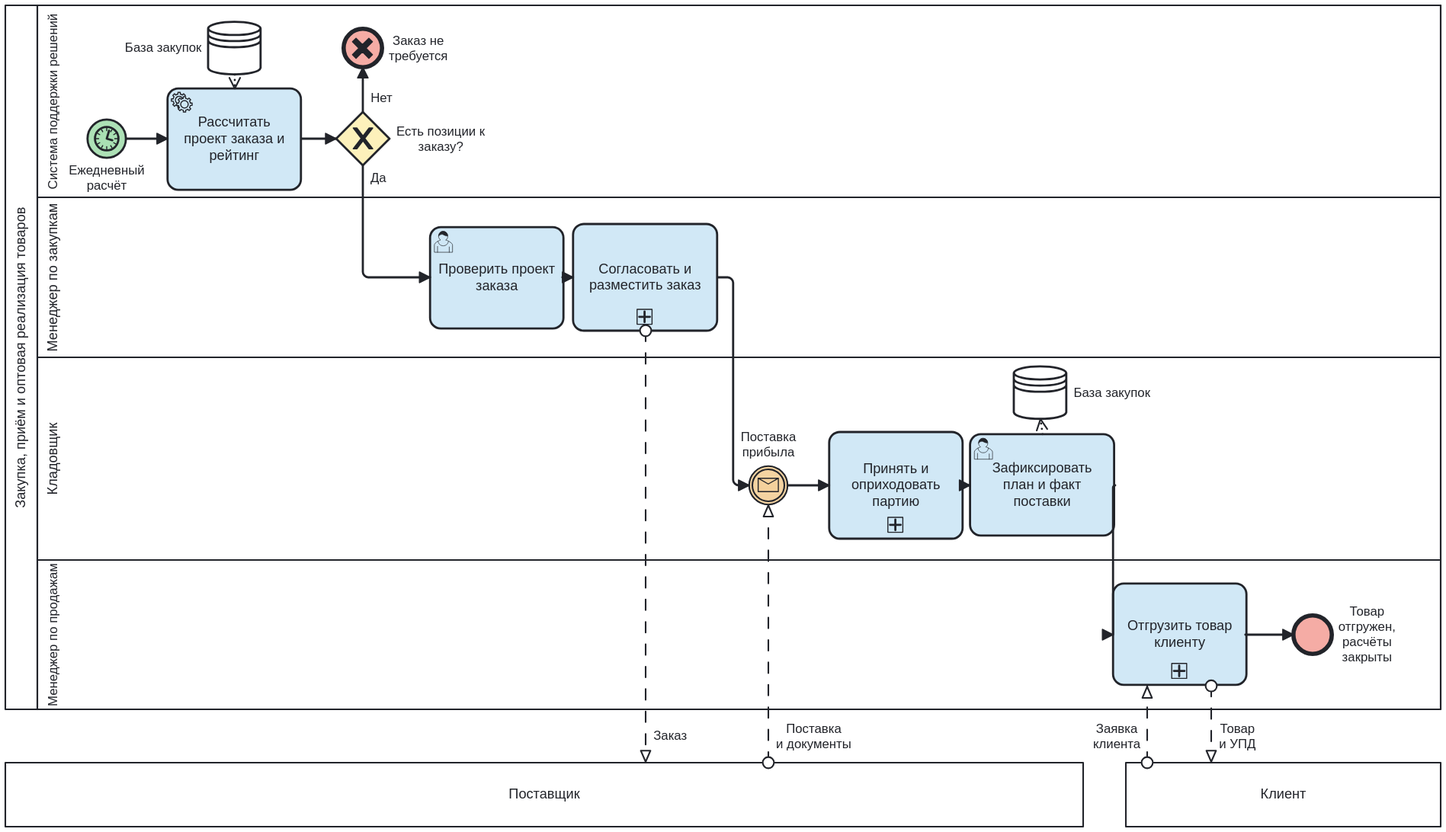
The BPMN diagram img/to_be.svg in VadFaipin1/sppr-vybor-postavshchika, before a commit. Its source is kept beside it as bpmn/to_be.bpmn. Ids are renumbered.
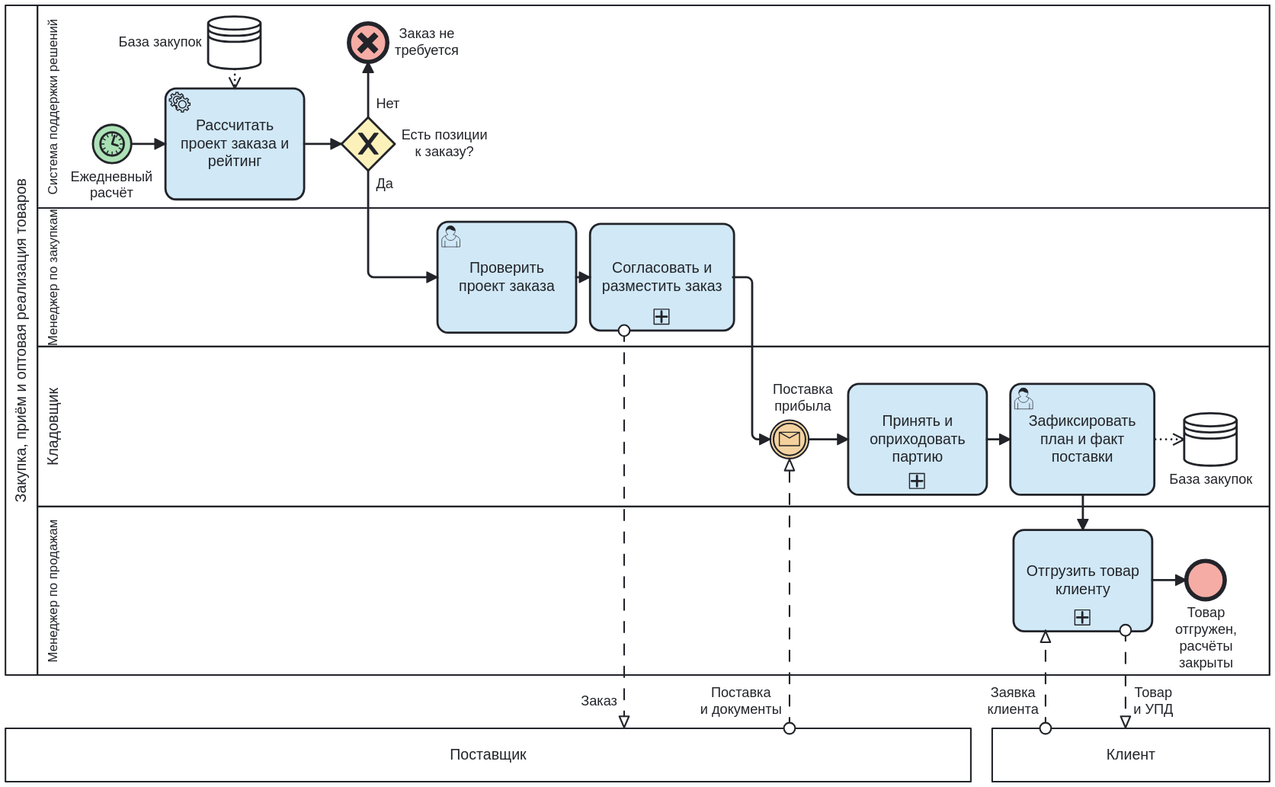
After the commit.

Diff of the diagram source:
```diff
@@ -18,7 +18,7 @@
 <bpmn:startEvent id="Event_09" name="Ежедневный&#10;расчёт"><bpmn:outgoing>Flow_25</bpmn:outgoing><bpmn:timerEventDefinition id="EventDefinition_10" /></bpmn:startEvent>
 <bpmn:dataStoreReference id="DataStoreReference_11" name="База закупок"></bpmn:dataStoreReference>
 <bpmn:serviceTask id="Activity_12" name="Рассчитать проект заказа и рейтинг"><bpmn:incoming>Flow_25</bpmn:incoming><bpmn:outgoing>Flow_26</bpmn:outgoing><bpmn:property id="Property_36" name="__targetRef_placeholder" /><bpmn:dataInputAssociation id="DataInputAssociation_35"><bpmn:sourceRef>DataStoreReference_11</bpmn:sourceRef><bpmn:targetRef>Property_36</bpmn:targetRef></bpmn:dataInputAssociation></bpmn:serviceTask>
-<bpmn:exclusiveGateway id="Gateway_13" name="Есть позиции к&#10;заказу?"><bpmn:incoming>Flow_26</bpmn:incoming><bpmn:outgoing>Flow_27</bpmn:outgoing><bpmn:outgoing>Flow_28</bpmn:outgoing></bpmn:exclusiveGateway>
+<bpmn:exclusiveGateway id="Gateway_13" name="Есть позиции&#10;к заказу?"><bpmn:incoming>Flow_26</bpmn:incoming><bpmn:outgoing>Flow_27</bpmn:outgoing><bpmn:outgoing>Flow_28</bpmn:outgoing></bpmn:exclusiveGateway>
 <bpmn:endEvent id="Event_14" name="Заказ не&#10;требуется"><bpmn:incoming>Flow_27</bpmn:incoming><bpmn:cancelEventDefinition id="EventDefinition_15" /></bpmn:endEvent>
 <bpmn:userTask id="Activity_16" name="Проверить проект заказа"><bpmn:incoming>Flow_28</bpmn:incoming><bpmn:outgoing>Flow_29</bpmn:outgoing></bpmn:userTask>
 <bpmn:subProcess id="Activity_17" name="Согласовать и разместить заказ"><bpmn:incoming>Flow_29</bpmn:incoming><bpmn:outgoing>Flow_30</bpmn:outgoing></bpmn:subProcess>
@@ -41,42 +41,42 @@
 </bpmn:process>
 <bpmndi:BPMNDiagram id="BPMNDiagram_to_be">
 <bpmndi:BPMNPlane id="BPMNPlane_to_be" bpmnElement="Collaboration_to_be">
-<bpmndi:BPMNShape id="Participant_01_di" bpmnElement="Participant_01" isHorizontal="true"><dc:Bounds x="0" y="0" width="1345" height="660" /></bpmndi:BPMNShape>
-<bpmndi:BPMNShape id="Lane_03_di" bpmnElement="Lane_03" isHorizontal="true"><dc:Bounds x="30" y="0" width="1315" height="180" /></bpmndi:BPMNShape>
-<bpmndi:BPMNShape id="Lane_04_di" bpmnElement="Lane_04" isHorizontal="true"><dc:Bounds x="30" y="180" width="1315" height="150" /></bpmndi:BPMNShape>
-<bpmndi:BPMNShape id="Lane_05_di" bpmnElement="Lane_05" isHorizontal="true"><dc:Bounds x="30" y="330" width="1315" height="190" /></bpmndi:BPMNShape>
-<bpmndi:BPMNShape id="Lane_06_di" bpmnElement="Lane_06" isHorizontal="true"><dc:Bounds x="30" y="520" width="1315" height="140" /></bpmndi:BPMNShape>
-<bpmndi:BPMNShape id="Participant_07_di" bpmnElement="Participant_07" isHorizontal="true"><dc:Bounds x="0" y="710" width="1010" height="60" /></bpmndi:BPMNShape>
-<bpmndi:BPMNShape id="Participant_08_di" bpmnElement="Participant_08" isHorizontal="true"><dc:Bounds x="1050" y="710" width="295" height="60" /></bpmndi:BPMNShape>
-<bpmndi:BPMNShape bioc:fill="#a9e0b3" color:background-color="#a9e0b3" id="Event_09_di" bpmnElement="Event_09"><dc:Bounds x="77" y="107" width="36" height="36" /><bpmndi:BPMNLabel><dc:Bounds x="59" y="148" width="71" height="29" /></bpmndi:BPMNLabel></bpmndi:BPMNShape>
-<bpmndi:BPMNShape id="DataStoreReference_11_di" bpmnElement="DataStoreReference_11"><dc:Bounds x="190" y="15" width="50" height="50" /><bpmndi:BPMNLabel><dc:Bounds x="112" y="33" width="72" height="14" /></bpmndi:BPMNLabel></bpmndi:BPMNShape>
-<bpmndi:BPMNShape bioc:fill="#cfe7f6" color:background-color="#cfe7f6" id="Activity_12_di" bpmnElement="Activity_12"><dc:Bounds x="152" y="78" width="125" height="95" /></bpmndi:BPMNShape>
-<bpmndi:BPMNShape bioc:fill="#fdf1b8" color:background-color="#fdf1b8" id="Gateway_13_di" bpmnElement="Gateway_13" isMarkerVisible="true"><dc:Bounds x="310" y="100" width="50" height="50" /><bpmndi:BPMNLabel><dc:Bounds x="366" y="111" width="83" height="29" /></bpmndi:BPMNLabel></bpmndi:BPMNShape>
-<bpmndi:BPMNShape bioc:fill="#f5a8a1" color:background-color="#f5a8a1" id="Event_14_di" bpmnElement="Event_14"><dc:Bounds x="317" y="22" width="36" height="36" /><bpmndi:BPMNLabel><dc:Bounds x="359" y="26" width="56" height="29" /></bpmndi:BPMNLabel></bpmndi:BPMNShape>
-<bpmndi:BPMNShape bioc:fill="#cfe7f6" color:background-color="#cfe7f6" id="Activity_16_di" bpmnElement="Activity_16"><dc:Bounds x="398" y="208" width="125" height="95" /></bpmndi:BPMNShape>
-<bpmndi:BPMNShape bioc:fill="#cfe7f6" color:background-color="#cfe7f6" id="Activity_17_di" bpmnElement="Activity_17" isExpanded="false"><dc:Bounds x="532" y="205" width="135" height="100" /></bpmndi:BPMNShape>
-<bpmndi:BPMNShape bioc:fill="#f4d19c" color:background-color="#f4d19c" id="Event_18_di" bpmnElement="Event_18"><dc:Bounds x="697" y="432" width="36" height="36" /><bpmndi:BPMNLabel><dc:Bounds x="689" y="398" width="52" height="29" /></bpmndi:BPMNLabel></bpmndi:BPMNShape>
-<bpmndi:BPMNShape bioc:fill="#cfe7f6" color:background-color="#cfe7f6" id="Activity_20_di" bpmnElement="Activity_20" isExpanded="false"><dc:Bounds x="772" y="400" width="125" height="100" /></bpmndi:BPMNShape>
-<bpmndi:BPMNShape bioc:fill="#cfe7f6" color:background-color="#cfe7f6" id="Activity_21_di" bpmnElement="Activity_21"><dc:Bounds x="904" y="402" width="135" height="95" /></bpmndi:BPMNShape>
-<bpmndi:BPMNShape id="DataStoreReference_22_di" bpmnElement="DataStoreReference_22"><dc:Bounds x="945" y="338" width="50" height="50" /><bpmndi:BPMNLabel><dc:Bounds x="1001" y="356" width="72" height="14" /></bpmndi:BPMNLabel></bpmndi:BPMNShape>
-<bpmndi:BPMNShape bioc:fill="#cfe7f6" color:background-color="#cfe7f6" id="Activity_23_di" bpmnElement="Activity_23" isExpanded="false"><dc:Bounds x="1038" y="542" width="125" height="95" /></bpmndi:BPMNShape>
-<bpmndi:BPMNShape bioc:fill="#f5a8a1" color:background-color="#f5a8a1" id="Event_24_di" bpmnElement="Event_24"><dc:Bounds x="1207" y="572" width="36" height="36" /><bpmndi:BPMNLabel><dc:Bounds x="1249" y="561" width="54" height="58" /></bpmndi:BPMNLabel></bpmndi:BPMNShape>
-<bpmndi:BPMNEdge id="Flow_25_di" bpmnElement="Flow_25"><di:waypoint x="113" y="125" /><di:waypoint x="152" y="125" /></bpmndi:BPMNEdge>
-<bpmndi:BPMNEdge id="Flow_26_di" bpmnElement="Flow_26"><di:waypoint x="278" y="125" /><di:waypoint x="310" y="125" /></bpmndi:BPMNEdge>
-<bpmndi:BPMNEdge id="Flow_27_di" bpmnElement="Flow_27"><di:waypoint x="335" y="100" /><di:waypoint x="335" y="58" /><bpmndi:BPMNLabel><dc:Bounds x="341" y="80" width="23" height="14" /></bpmndi:BPMNLabel></bpmndi:BPMNEdge>
-<bpmndi:BPMNEdge id="Flow_28_di" bpmnElement="Flow_28"><di:waypoint x="335" y="150" /><di:waypoint x="335" y="255" /><di:waypoint x="398" y="255" /><bpmndi:BPMNLabel><dc:Bounds x="341" y="155" width="17" height="14" /></bpmndi:BPMNLabel></bpmndi:BPMNEdge>
-<bpmndi:BPMNEdge id="Flow_29_di" bpmnElement="Flow_29"><di:waypoint x="522" y="255" /><di:waypoint x="532" y="255" /></bpmndi:BPMNEdge>
-<bpmndi:BPMNEdge id="Flow_30_di" bpmnElement="Flow_30"><di:waypoint x="668" y="255" /><di:waypoint x="682" y="255" /><di:waypoint x="682" y="450" /><di:waypoint x="697" y="450" /></bpmndi:BPMNEdge>
-<bpmndi:BPMNEdge id="Flow_31_di" bpmnElement="Flow_31"><di:waypoint x="733" y="450" /><di:waypoint x="772" y="450" /></bpmndi:BPMNEdge>
-<bpmndi:BPMNEdge id="Flow_32_di" bpmnElement="Flow_32"><di:waypoint x="898" y="450" /><di:waypoint x="904" y="450" /></bpmndi:BPMNEdge>
-<bpmndi:BPMNEdge id="Flow_33_di" bpmnElement="Flow_33"><di:waypoint x="1040" y="450" /><di:waypoint x="1038" y="450" /><di:waypoint x="1038" y="590" /><di:waypoint x="1038" y="590" /></bpmndi:BPMNEdge>
-<bpmndi:BPMNEdge id="Flow_34_di" bpmnElement="Flow_34"><di:waypoint x="1162" y="590" /><di:waypoint x="1207" y="590" /></bpmndi:BPMNEdge>
-<bpmndi:BPMNEdge id="MessageFlow_38_di" bpmnElement="MessageFlow_38"><di:waypoint x="600" y="305" /><di:waypoint x="600" y="710" /><bpmndi:BPMNLabel><dc:Bounds x="606" y="678" width="33" height="14" /></bpmndi:BPMNLabel></bpmndi:BPMNEdge>
-<bpmndi:BPMNEdge id="MessageFlow_39_di" bpmnElement="MessageFlow_39"><di:waypoint x="715" y="710" /><di:waypoint x="715" y="468" /><bpmndi:BPMNLabel><dc:Bounds x="721" y="671" width="73" height="29" /></bpmndi:BPMNLabel></bpmndi:BPMNEdge>
-<bpmndi:BPMNEdge id="MessageFlow_40_di" bpmnElement="MessageFlow_40"><di:waypoint x="1070" y="710" /><di:waypoint x="1070" y="638" /><bpmndi:BPMNLabel><dc:Bounds x="1018" y="671" width="46" height="29" /></bpmndi:BPMNLabel></bpmndi:BPMNEdge>
-<bpmndi:BPMNEdge id="MessageFlow_41_di" bpmnElement="MessageFlow_41"><di:waypoint x="1130" y="638" /><di:waypoint x="1130" y="710" /><bpmndi:BPMNLabel><dc:Bounds x="1136" y="671" width="36" height="29" /></bpmndi:BPMNLabel></bpmndi:BPMNEdge>
-<bpmndi:BPMNEdge id="DataInputAssociation_35_di" bpmnElement="DataInputAssociation_35"><di:waypoint x="215" y="65" /><di:waypoint x="215" y="78" /></bpmndi:BPMNEdge>
-<bpmndi:BPMNEdge id="DataOutputAssociation_37_di" bpmnElement="DataOutputAssociation_37"><di:waypoint x="972" y="402" /><di:waypoint x="970" y="388" /></bpmndi:BPMNEdge>
+<bpmndi:BPMNShape id="Participant_01_di" bpmnElement="Participant_01" isHorizontal="true"><dc:Bounds x="0" y="0" width="1185" height="628" /></bpmndi:BPMNShape>
+<bpmndi:BPMNShape id="Lane_03_di" bpmnElement="Lane_03" isHorizontal="true"><dc:Bounds x="30" y="0" width="1155" height="190" /></bpmndi:BPMNShape>
+<bpmndi:BPMNShape id="Lane_04_di" bpmnElement="Lane_04" isHorizontal="true"><dc:Bounds x="30" y="190" width="1155" height="130" /></bpmndi:BPMNShape>
+<bpmndi:BPMNShape id="Lane_05_di" bpmnElement="Lane_05" isHorizontal="true"><dc:Bounds x="30" y="320" width="1155" height="150" /></bpmndi:BPMNShape>
+<bpmndi:BPMNShape id="Lane_06_di" bpmnElement="Lane_06" isHorizontal="true"><dc:Bounds x="30" y="470" width="1155" height="158" /></bpmndi:BPMNShape>
+<bpmndi:BPMNShape id="Participant_07_di" bpmnElement="Participant_07" isHorizontal="true"><dc:Bounds x="0" y="678" width="905" height="50" /></bpmndi:BPMNShape>
+<bpmndi:BPMNShape id="Participant_08_di" bpmnElement="Participant_08" isHorizontal="true"><dc:Bounds x="925" y="678" width="260" height="50" /></bpmndi:BPMNShape>
+<bpmndi:BPMNShape bioc:fill="#a9e0b3" color:background-color="#a9e0b3" id="Event_09_di" bpmnElement="Event_09"><dc:Bounds x="82" y="112" width="36" height="36" /><bpmndi:BPMNLabel><dc:Bounds x="61" y="153" width="77" height="31" /></bpmndi:BPMNLabel></bpmndi:BPMNShape>
+<bpmndi:BPMNShape id="DataStoreReference_11_di" bpmnElement="DataStoreReference_11"><dc:Bounds x="190" y="10" width="50" height="50" /><bpmndi:BPMNLabel><dc:Bounds x="106" y="27" width="78" height="16" /></bpmndi:BPMNLabel></bpmndi:BPMNShape>
+<bpmndi:BPMNShape bioc:fill="#cfe7f6" color:background-color="#cfe7f6" id="Activity_12_di" bpmnElement="Activity_12"><dc:Bounds x="150" y="78" width="130" height="104" /></bpmndi:BPMNShape>
+<bpmndi:BPMNShape bioc:fill="#fdf1b8" color:background-color="#fdf1b8" id="Gateway_13_di" bpmnElement="Gateway_13" isMarkerVisible="true"><dc:Bounds x="315" y="105" width="50" height="50" /><bpmndi:BPMNLabel><dc:Bounds x="371" y="114" width="81" height="31" /></bpmndi:BPMNLabel></bpmndi:BPMNShape>
+<bpmndi:BPMNShape bioc:fill="#f5a8a1" color:background-color="#f5a8a1" id="Event_14_di" bpmnElement="Event_14"><dc:Bounds x="322" y="17" width="36" height="36" /><bpmndi:BPMNLabel><dc:Bounds x="364" y="19" width="61" height="31" /></bpmndi:BPMNLabel></bpmndi:BPMNShape>
+<bpmndi:BPMNShape bioc:fill="#cfe7f6" color:background-color="#cfe7f6" id="Activity_16_di" bpmnElement="Activity_16"><dc:Bounds x="405" y="203" width="130" height="104" /></bpmndi:BPMNShape>
+<bpmndi:BPMNShape bioc:fill="#cfe7f6" color:background-color="#cfe7f6" id="Activity_17_di" bpmnElement="Activity_17" isExpanded="false"><dc:Bounds x="548" y="205" width="135" height="100" /></bpmndi:BPMNShape>
+<bpmndi:BPMNShape bioc:fill="#f4d19c" color:background-color="#f4d19c" id="Event_18_di" bpmnElement="Event_18"><dc:Bounds x="717" y="389" width="36" height="36" /><bpmndi:BPMNLabel><dc:Bounds x="719" y="353" width="56" height="31" /></bpmndi:BPMNLabel></bpmndi:BPMNShape>
+<bpmndi:BPMNShape bioc:fill="#cfe7f6" color:background-color="#cfe7f6" id="Activity_20_di" bpmnElement="Activity_20" isExpanded="false"><dc:Bounds x="790" y="355" width="130" height="104" /></bpmndi:BPMNShape>
+<bpmndi:BPMNShape bioc:fill="#cfe7f6" color:background-color="#cfe7f6" id="Activity_21_di" bpmnElement="Activity_21"><dc:Bounds x="942" y="355" width="135" height="104" /></bpmndi:BPMNShape>
+<bpmndi:BPMNShape id="DataStoreReference_22_di" bpmnElement="DataStoreReference_22"><dc:Bounds x="1105" y="382" width="50" height="50" /><bpmndi:BPMNLabel><dc:Bounds x="1091" y="437" width="78" height="16" /></bpmndi:BPMNLabel></bpmndi:BPMNShape>
+<bpmndi:BPMNShape bioc:fill="#cfe7f6" color:background-color="#cfe7f6" id="Activity_23_di" bpmnElement="Activity_23" isExpanded="false"><dc:Bounds x="945" y="492" width="130" height="95" /></bpmndi:BPMNShape>
+<bpmndi:BPMNShape bioc:fill="#f5a8a1" color:background-color="#f5a8a1" id="Event_24_di" bpmnElement="Event_24"><dc:Bounds x="1107" y="521" width="36" height="36" /><bpmndi:BPMNLabel><dc:Bounds x="1096" y="562" width="58" height="62" /></bpmndi:BPMNLabel></bpmndi:BPMNShape>
+<bpmndi:BPMNEdge id="Flow_25_di" bpmnElement="Flow_25"><di:waypoint x="118" y="130" /><di:waypoint x="150" y="130" /></bpmndi:BPMNEdge>
+<bpmndi:BPMNEdge id="Flow_26_di" bpmnElement="Flow_26"><di:waypoint x="280" y="130" /><di:waypoint x="315" y="130" /></bpmndi:BPMNEdge>
+<bpmndi:BPMNEdge id="Flow_27_di" bpmnElement="Flow_27"><di:waypoint x="340" y="105" /><di:waypoint x="340" y="53" /><bpmndi:BPMNLabel><dc:Bounds x="346" y="85" width="25" height="16" /></bpmndi:BPMNLabel></bpmndi:BPMNEdge>
+<bpmndi:BPMNEdge id="Flow_28_di" bpmnElement="Flow_28"><di:waypoint x="340" y="155" /><di:waypoint x="340" y="255" /><di:waypoint x="405" y="255" /><bpmndi:BPMNLabel><dc:Bounds x="346" y="160" width="18" height="16" /></bpmndi:BPMNLabel></bpmndi:BPMNEdge>
+<bpmndi:BPMNEdge id="Flow_29_di" bpmnElement="Flow_29"><di:waypoint x="535" y="255" /><di:waypoint x="548" y="255" /></bpmndi:BPMNEdge>
+<bpmndi:BPMNEdge id="Flow_30_di" bpmnElement="Flow_30"><di:waypoint x="682" y="255" /><di:waypoint x="700" y="255" /><di:waypoint x="700" y="407" /><di:waypoint x="717" y="407" /></bpmndi:BPMNEdge>
+<bpmndi:BPMNEdge id="Flow_31_di" bpmnElement="Flow_31"><di:waypoint x="753" y="407" /><di:waypoint x="790" y="407" /></bpmndi:BPMNEdge>
+<bpmndi:BPMNEdge id="Flow_32_di" bpmnElement="Flow_32"><di:waypoint x="920" y="407" /><di:waypoint x="942" y="407" /></bpmndi:BPMNEdge>
+<bpmndi:BPMNEdge id="Flow_33_di" bpmnElement="Flow_33"><di:waypoint x="1010" y="459" /><di:waypoint x="1010" y="492" /></bpmndi:BPMNEdge>
+<bpmndi:BPMNEdge id="Flow_34_di" bpmnElement="Flow_34"><di:waypoint x="1075" y="539" /><di:waypoint x="1107" y="539" /></bpmndi:BPMNEdge>
+<bpmndi:BPMNEdge id="MessageFlow_38_di" bpmnElement="MessageFlow_38"><di:waypoint x="580" y="305" /><di:waypoint x="580" y="678" /><bpmndi:BPMNLabel><dc:Bounds x="538" y="645" width="36" height="16" /></bpmndi:BPMNLabel></bpmndi:BPMNEdge>
+<bpmndi:BPMNEdge id="MessageFlow_39_di" bpmnElement="MessageFlow_39"><di:waypoint x="735" y="678" /><di:waypoint x="735" y="425" /><bpmndi:BPMNLabel><dc:Bounds x="650" y="637" width="79" height="31" /></bpmndi:BPMNLabel></bpmndi:BPMNEdge>
+<bpmndi:BPMNEdge id="MessageFlow_40_di" bpmnElement="MessageFlow_40"><di:waypoint x="975" y="678" /><di:waypoint x="975" y="586" /><bpmndi:BPMNLabel><dc:Bounds x="919" y="637" width="50" height="31" /></bpmndi:BPMNLabel></bpmndi:BPMNEdge>
+<bpmndi:BPMNEdge id="MessageFlow_41_di" bpmnElement="MessageFlow_41"><di:waypoint x="1050" y="586" /><di:waypoint x="1050" y="678" /><bpmndi:BPMNLabel><dc:Bounds x="1056" y="637" width="39" height="31" /></bpmndi:BPMNLabel></bpmndi:BPMNEdge>
+<bpmndi:BPMNEdge id="DataInputAssociation_35_di" bpmnElement="DataInputAssociation_35"><di:waypoint x="215" y="60" /><di:waypoint x="215" y="78" /></bpmndi:BPMNEdge>
+<bpmndi:BPMNEdge id="DataOutputAssociation_37_di" bpmnElement="DataOutputAssociation_37"><di:waypoint x="1078" y="407" /><di:waypoint x="1105" y="407" /></bpmndi:BPMNEdge>
 </bpmndi:BPMNPlane>
 </bpmndi:BPMNDiagram>
 </bpmn:definitions>
```
